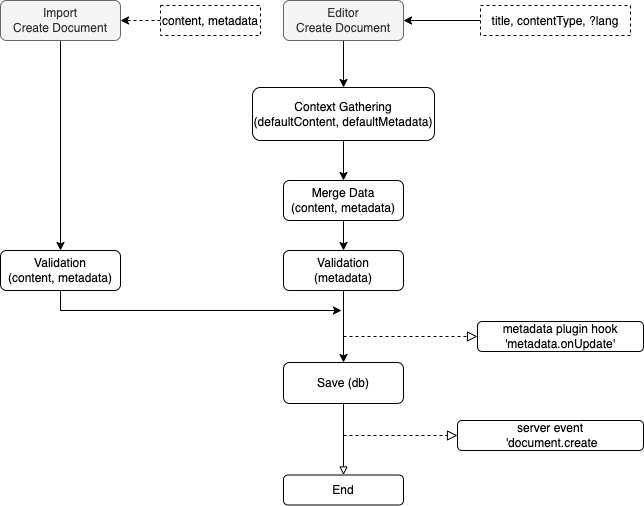
This is content/learn/document-lifecycle/assets/document-creation-lifecycle.png from livingdocsIO/documentation, a draw.io export, as it was before one commit. Source tidied: cells renumbered, new cells last; positions are measured from the earlier drawing's top-left corner, leaving out a move shared by most shapes. The source it was exported from:
```xml
<mxGraphModel>
  <root>
    <mxCell id="0" />
    <mxCell id="1" parent="0" />
    <mxCell id="2" style="edgeStyle=orthogonalEdgeStyle;rounded=0;jettySize=auto;html=1;" parent="1" edge="1" source="3" target="7">
      <mxGeometry relative="1" as="geometry" />
    </mxCell>
    <mxCell id="3" value="Editor&lt;br&gt;Create Document" style="rounded=1;whiteSpace=wrap;html=1;fontSize=12;glass=0;strokeWidth=1;shadow=0;fillColor=#f5f5f5;fontColor=#333333;strokeColor=#666666;" parent="1" vertex="1">
      <mxGeometry x="283" width="120" height="40" as="geometry" />
    </mxCell>
    <mxCell id="4" style="edgeStyle=orthogonalEdgeStyle;rounded=0;html=1;jettySize=auto;fontSize=11;endArrow=block;endFill=0;endSize=8;strokeWidth=1;shadow=0;labelBackgroundColor=none;dashed=1;" parent="1" edge="1" target="5">
      <mxGeometry y="10" relative="1" as="geometry">
        <mxPoint x="343" y="336" as="sourcePoint" />
      </mxGeometry>
    </mxCell>
    <mxCell id="5" value="metadata plugin hook 'metadata.onUpdate'" style="rounded=1;whiteSpace=wrap;html=1;fontSize=12;glass=0;strokeWidth=1;shadow=0;" parent="1" vertex="1">
      <mxGeometry x="477" y="321" width="166" height="30" as="geometry" />
    </mxCell>
    <mxCell id="6" style="edgeStyle=orthogonalEdgeStyle;rounded=0;jettySize=auto;html=1;entryX=0.5;entryY=0;entryDx=0;entryDy=0;" parent="1" edge="1" source="7" target="9">
      <mxGeometry relative="1" as="geometry" />
    </mxCell>
    <mxCell id="7" value="Context Gathering&lt;br&gt;(defaultContent, defaultMetadata)" style="rounded=1;whiteSpace=wrap;html=1;fontSize=12;glass=0;strokeWidth=1;shadow=0;" parent="1" vertex="1">
      <mxGeometry x="252" y="87" width="182" height="53" as="geometry" />
    </mxCell>
    <mxCell id="8" style="edgeStyle=orthogonalEdgeStyle;rounded=0;jettySize=auto;html=1;fontSize=12;strokeColor=default;" parent="1" edge="1" source="9" target="20">
      <mxGeometry relative="1" as="geometry" />
    </mxCell>
    <mxCell id="9" value="Merge Data&lt;br&gt;(content, metadata)" style="rounded=1;whiteSpace=wrap;html=1;fontSize=12;glass=0;strokeWidth=1;shadow=0;" parent="1" vertex="1">
      <mxGeometry x="283" y="180" width="120" height="40" as="geometry" />
    </mxCell>
    <mxCell id="10" style="edgeStyle=orthogonalEdgeStyle;rounded=0;jettySize=auto;html=1;endArrow=block;endFill=0;strokeColor=#000000;entryX=0.5;entryY=0;entryDx=0;entryDy=0;" parent="1" edge="1" source="11" target="14">
      <mxGeometry relative="1" as="geometry" />
    </mxCell>
    <mxCell id="11" value="Save (db)" style="rounded=1;whiteSpace=wrap;html=1;shadow=0;strokeWidth=1;glass=0;" parent="1" vertex="1">
      <mxGeometry x="283" y="362" width="120" height="41" as="geometry" />
    </mxCell>
    <mxCell id="12" style="edgeStyle=orthogonalEdgeStyle;rounded=0;html=1;jettySize=auto;fontSize=11;endArrow=block;endFill=0;endSize=8;strokeWidth=1;shadow=0;labelBackgroundColor=none;dashed=1;" parent="1" edge="1" target="13">
      <mxGeometry y="10" relative="1" as="geometry">
        <mxPoint x="343" y="435" as="sourcePoint" />
      </mxGeometry>
    </mxCell>
    <mxCell id="13" value="server event&lt;br&gt;&amp;nbsp;'document.create" style="rounded=1;whiteSpace=wrap;html=1;fontSize=12;glass=0;strokeWidth=1;shadow=0;" parent="1" vertex="1">
      <mxGeometry x="457" y="420" width="186" height="30" as="geometry" />
    </mxCell>
    <mxCell id="14" value="End" style="whiteSpace=wrap;html=1;rounded=1;shadow=0;strokeWidth=1;glass=0;" parent="1" vertex="1">
      <mxGeometry x="283" y="474.5" width="120" height="30" as="geometry" />
    </mxCell>
    <mxCell id="15" style="edgeStyle=orthogonalEdgeStyle;rounded=0;jettySize=auto;html=1;fontSize=12;strokeColor=default;entryX=0.5;entryY=0;entryDx=0;entryDy=0;" parent="1" edge="1" source="16" target="22">
      <mxGeometry relative="1" as="geometry" />
    </mxCell>
    <mxCell id="16" value="Import&lt;br&gt;Create Document" style="rounded=1;whiteSpace=wrap;html=1;fontSize=12;glass=0;strokeWidth=1;shadow=0;fillColor=#f5f5f5;fontColor=#333333;strokeColor=#666666;" parent="1" vertex="1">
      <mxGeometry width="120" height="40" as="geometry" />
    </mxCell>
    <mxCell id="17" style="edgeStyle=orthogonalEdgeStyle;rounded=0;jettySize=auto;html=1;fontSize=12;strokeColor=default;" parent="1" edge="1" source="18" target="3">
      <mxGeometry relative="1" as="geometry" />
    </mxCell>
    <mxCell id="18" value="&lt;font style=&quot;font-size: 12px&quot;&gt;title, contentType, ?lang&lt;/font&gt;" style="rounded=0;whiteSpace=wrap;html=1;shadow=0;glass=0;sketch=0;fontSize=13;dashed=1;" parent="1" vertex="1">
      <mxGeometry x="480" y="5" width="150" height="30" as="geometry" />
    </mxCell>
    <mxCell id="19" style="edgeStyle=orthogonalEdgeStyle;rounded=0;jettySize=auto;html=1;fontSize=12;strokeColor=default;entryX=0.5;entryY=0;entryDx=0;entryDy=0;" parent="1" edge="1" source="20" target="11">
      <mxGeometry relative="1" as="geometry" />
    </mxCell>
    <mxCell id="20" value="Validation&lt;br&gt;(metadata)" style="whiteSpace=wrap;html=1;rounded=1;glass=0;strokeWidth=1;shadow=0;" parent="1" vertex="1">
      <mxGeometry x="283" y="250" width="120" height="40" as="geometry" />
    </mxCell>
    <mxCell id="21" style="edgeStyle=orthogonalEdgeStyle;rounded=0;jettySize=auto;html=1;fontSize=12;strokeColor=default;" parent="1" edge="1" source="22">
      <mxGeometry relative="1" as="geometry">
        <mxPoint x="341" y="310" as="targetPoint" />
        <Array as="points">
          <mxPoint x="60" y="310" />
        </Array>
      </mxGeometry>
    </mxCell>
    <mxCell id="22" value="Validation&lt;br&gt;(content, metadata)" style="whiteSpace=wrap;html=1;rounded=1;glass=0;strokeWidth=1;shadow=0;" parent="1" vertex="1">
      <mxGeometry y="250" width="120" height="40" as="geometry" />
    </mxCell>
    <mxCell id="23" style="edgeStyle=orthogonalEdgeStyle;rounded=0;jettySize=auto;html=1;strokeColor=default;dashed=1;exitX=0;exitY=0.5;exitDx=0;exitDy=0;" parent="1" edge="1" source="24">
      <mxGeometry relative="1" as="geometry">
        <mxPoint x="120" y="20" as="targetPoint" />
      </mxGeometry>
    </mxCell>
    <mxCell id="24" value="&lt;font style=&quot;font-size: 12px&quot;&gt;content, metadata&lt;/font&gt;" style="rounded=0;whiteSpace=wrap;html=1;shadow=0;glass=0;sketch=0;fontSize=13;dashed=1;" parent="1" vertex="1">
      <mxGeometry x="160" y="5" width="100" height="30" as="geometry" />
    </mxCell>
  </root>
</mxGraphModel>
```
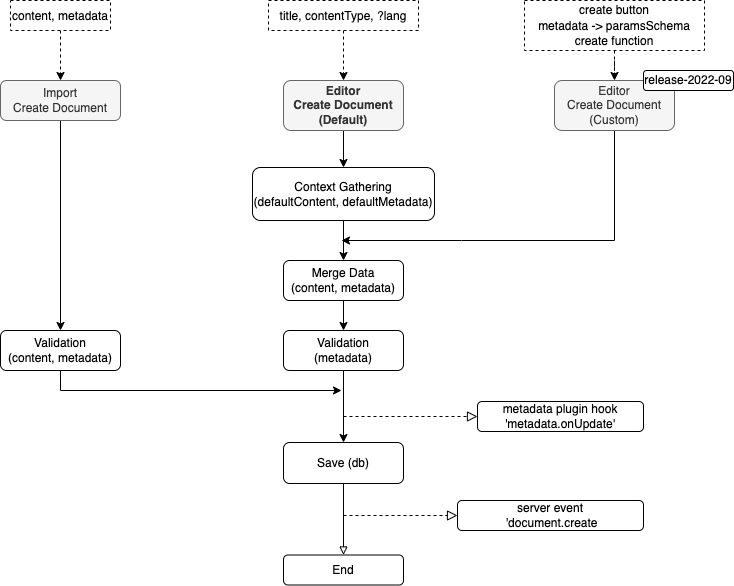
After the change.

Commit message:
fix: update document creation lifecycle

What changed in the source:
```diff
@@ -5,8 +5,8 @@
     <mxCell id="2" style="edgeStyle=orthogonalEdgeStyle;rounded=0;jettySize=auto;html=1;" parent="1" edge="1" source="3" target="7">
       <mxGeometry relative="1" as="geometry" />
     </mxCell>
-    <mxCell id="3" value="Editor&lt;br&gt;Create Document" style="rounded=1;whiteSpace=wrap;html=1;fontSize=12;glass=0;strokeWidth=1;shadow=0;fillColor=#f5f5f5;fontColor=#333333;strokeColor=#666666;" parent="1" vertex="1">
-      <mxGeometry x="283" width="120" height="40" as="geometry" />
+    <mxCell id="3" value="Editor&lt;br&gt;Create Document&lt;br&gt;(Default)" style="rounded=1;whiteSpace=wrap;html=1;fontSize=12;glass=0;strokeWidth=1;shadow=0;fillColor=#f5f5f5;fontColor=#333333;strokeColor=#666666;fontStyle=1;" parent="1" vertex="1">
+      <mxGeometry x="283" width="120" height="50" as="geometry" />
     </mxCell>
     <mxCell id="4" style="edgeStyle=orthogonalEdgeStyle;rounded=0;html=1;jettySize=auto;fontSize=11;endArrow=block;endFill=0;endSize=8;strokeWidth=1;shadow=0;labelBackgroundColor=none;dashed=1;" parent="1" edge="1" target="5">
       <mxGeometry y="10" relative="1" as="geometry">
@@ -51,11 +51,11 @@
     <mxCell id="16" value="Import&lt;br&gt;Create Document" style="rounded=1;whiteSpace=wrap;html=1;fontSize=12;glass=0;strokeWidth=1;shadow=0;fillColor=#f5f5f5;fontColor=#333333;strokeColor=#666666;" parent="1" vertex="1">
       <mxGeometry width="120" height="40" as="geometry" />
     </mxCell>
-    <mxCell id="17" style="edgeStyle=orthogonalEdgeStyle;rounded=0;jettySize=auto;html=1;fontSize=12;strokeColor=default;" parent="1" edge="1" source="18" target="3">
+    <mxCell id="17" style="edgeStyle=orthogonalEdgeStyle;rounded=0;jettySize=auto;html=1;dashed=1;" parent="1" edge="1" source="18" target="3">
       <mxGeometry relative="1" as="geometry" />
     </mxCell>
     <mxCell id="18" value="&lt;font style=&quot;font-size: 12px&quot;&gt;title, contentType, ?lang&lt;/font&gt;" style="rounded=0;whiteSpace=wrap;html=1;shadow=0;glass=0;sketch=0;fontSize=13;dashed=1;" parent="1" vertex="1">
-      <mxGeometry x="480" y="5" width="150" height="30" as="geometry" />
+      <mxGeometry x="268" y="-80" width="150" height="30" as="geometry" />
     </mxCell>
     <mxCell id="19" style="edgeStyle=orthogonalEdgeStyle;rounded=0;jettySize=auto;html=1;fontSize=12;strokeColor=default;entryX=0.5;entryY=0;entryDx=0;entryDy=0;" parent="1" edge="1" source="20" target="11">
       <mxGeometry relative="1" as="geometry" />
@@ -74,13 +74,32 @@
     <mxCell id="22" value="Validation&lt;br&gt;(content, metadata)" style="whiteSpace=wrap;html=1;rounded=1;glass=0;strokeWidth=1;shadow=0;" parent="1" vertex="1">
       <mxGeometry y="250" width="120" height="40" as="geometry" />
     </mxCell>
-    <mxCell id="23" style="edgeStyle=orthogonalEdgeStyle;rounded=0;jettySize=auto;html=1;strokeColor=default;dashed=1;exitX=0;exitY=0.5;exitDx=0;exitDy=0;" parent="1" edge="1" source="24">
-      <mxGeometry relative="1" as="geometry">
-        <mxPoint x="120" y="20" as="targetPoint" />
-      </mxGeometry>
+    <mxCell id="23" style="edgeStyle=orthogonalEdgeStyle;rounded=0;jettySize=auto;html=1;strokeColor=default;dashed=1;exitX=0.5;exitY=1;exitDx=0;exitDy=0;entryX=0.5;entryY=0;entryDx=0;entryDy=0;" parent="1" edge="1" source="24" target="16">
+      <mxGeometry relative="1" as="geometry" />
     </mxCell>
     <mxCell id="24" value="&lt;font style=&quot;font-size: 12px&quot;&gt;content, metadata&lt;/font&gt;" style="rounded=0;whiteSpace=wrap;html=1;shadow=0;glass=0;sketch=0;fontSize=13;dashed=1;" parent="1" vertex="1">
-      <mxGeometry x="160" y="5" width="100" height="30" as="geometry" />
+      <mxGeometry x="10" y="-80" width="100" height="30" as="geometry" />
     </mxCell>
+    <mxCell id="25" style="edgeStyle=orthogonalEdgeStyle;rounded=0;jettySize=auto;html=1;" parent="1" edge="1" source="26">
+      <mxGeometry relative="1" as="geometry">
+        <mxPoint x="341" y="160" as="targetPoint" />
+        <Array as="points">
+          <mxPoint x="614" y="160" />
+          <mxPoint x="461" y="160" />
+        </Array>
+      </mxGeometry>
+    </mxCell>
+    <mxCell id="26" value="Editor&lt;br&gt;Create Document&lt;br&gt;(Custom)" style="rounded=1;whiteSpace=wrap;html=1;fontSize=12;glass=0;strokeWidth=1;shadow=0;fillColor=#f5f5f5;fontColor=#333333;strokeColor=#666666;" parent="1" vertex="1">
+      <mxGeometry x="554" width="120" height="50" as="geometry" />
+    </mxCell>
+    <mxCell id="27" style="edgeStyle=orthogonalEdgeStyle;rounded=0;jettySize=auto;html=1;dashed=1;" parent="1" edge="1" source="28" target="26">
+      <mxGeometry relative="1" as="geometry" />
+    </mxCell>
+    <mxCell id="28" value="&lt;font style=&quot;font-size: 12px&quot;&gt;create button&lt;br&gt;metadata -&amp;gt; paramsSchema&lt;br&gt;create function&lt;br&gt;&lt;/font&gt;" style="rounded=0;whiteSpace=wrap;html=1;shadow=0;glass=0;sketch=0;fontSize=13;dashed=1;" parent="1" vertex="1">
+      <mxGeometry x="524" y="-80" width="180" height="50" as="geometry" />
+    </mxCell>
+    <mxCell id="29" value="release-2022-09" style="whiteSpace=wrap;html=1;rounded=1;shadow=0;strokeWidth=1;glass=0;" parent="1" vertex="1">
+      <mxGeometry x="643" y="-10" width="90" height="20" as="geometry" />
+    </mxCell>
   </root>
 </mxGraphModel>
```
